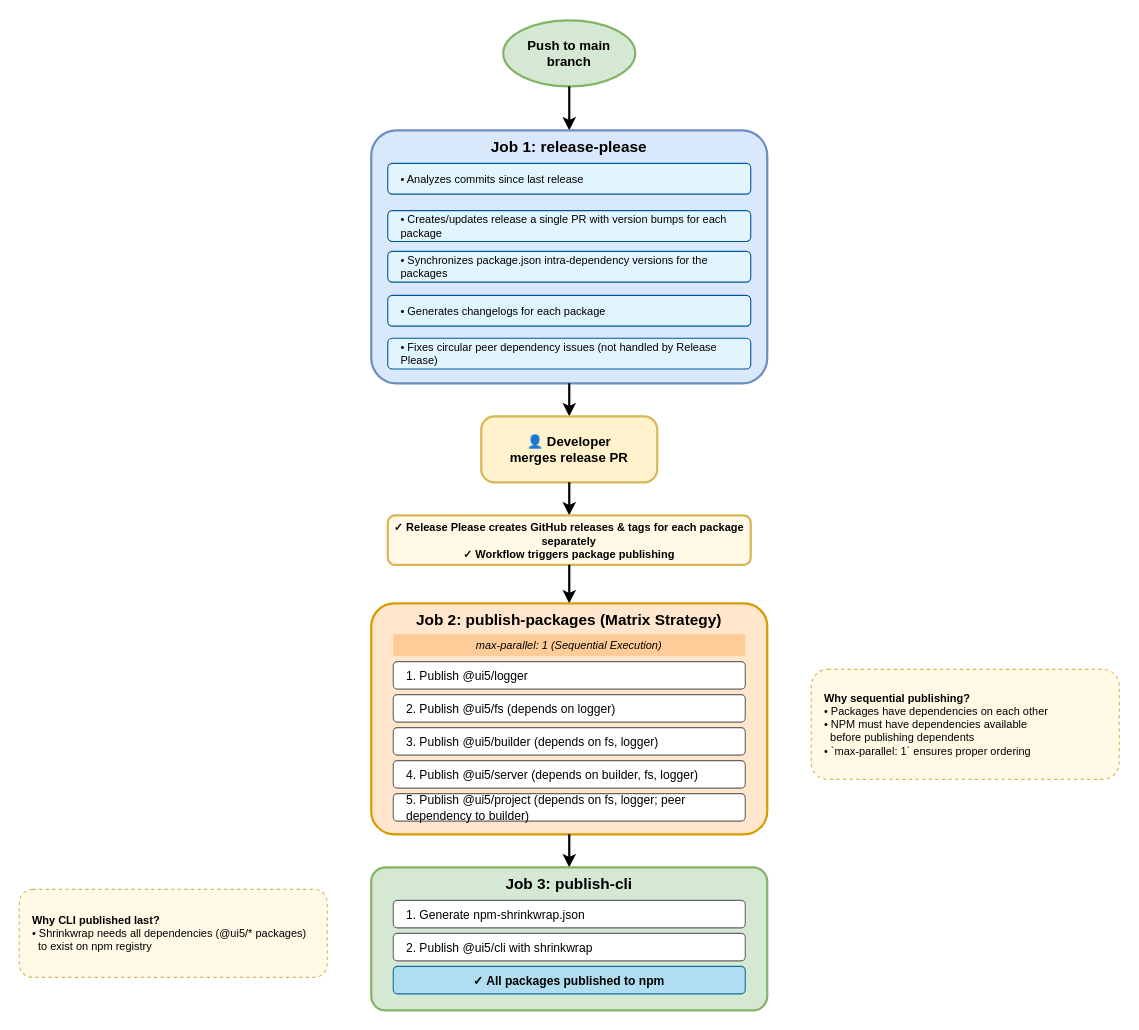
Earlier version of the draw.io diagram docs/release-workflow-diagram.drawio (UI5/cli). Source tidied: cells renumbered, new cells numbered last; positions are measured from the earlier drawing's top-left corner, leaving out a move shared by most shapes. Both pictures are drawn from the tidied source at 110%, with x=0, y=0 at pixel (19, 20).
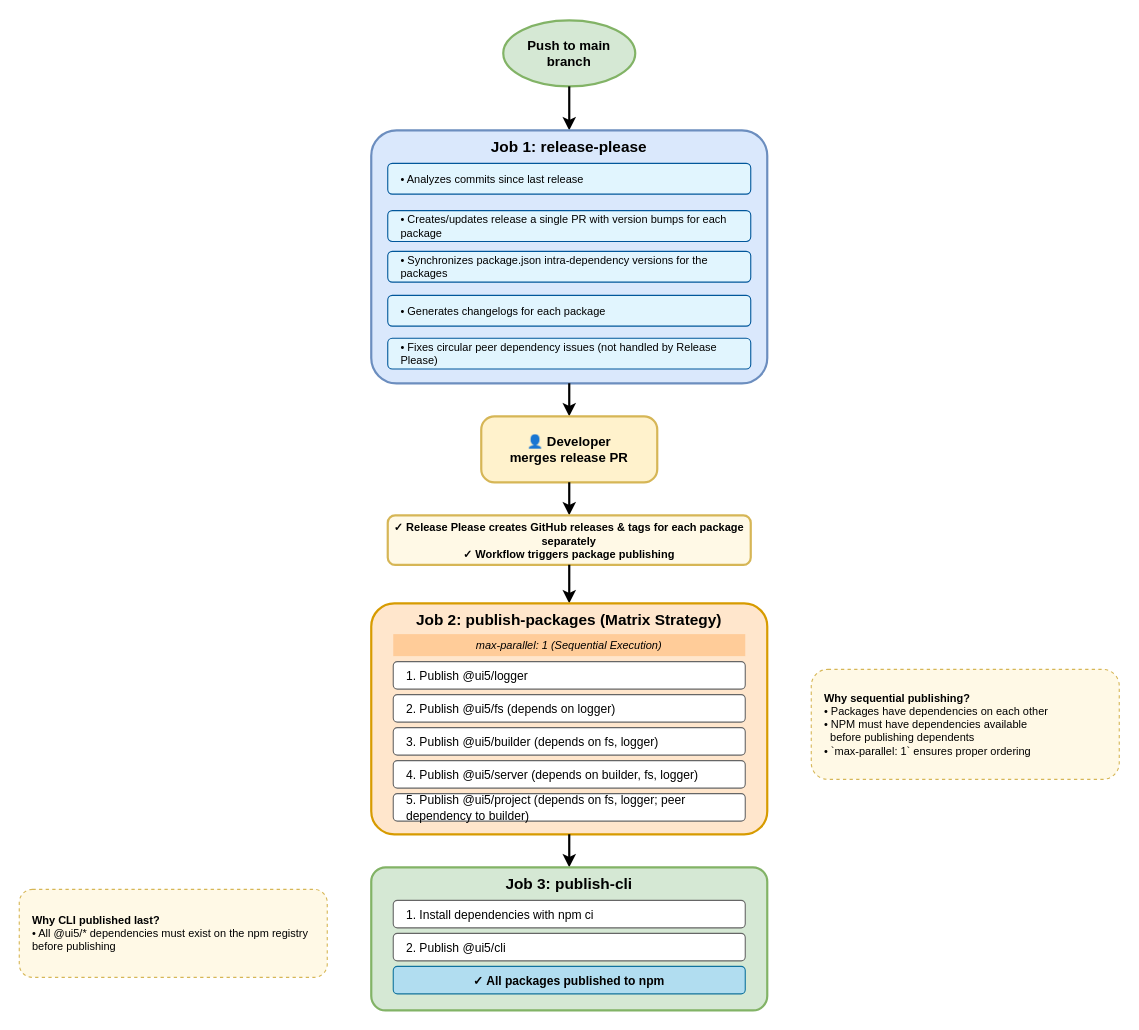
The same diagram, later.

Change to the diagram source:
```diff
@@
-    <mxCell id="23" value="1. Generate npm-shrinkwrap.json" style="rounded=1;whiteSpace=wrap;html=1;fillColor=#ffffff;strokeColor=#666666;align=left;spacingLeft=10;fontSize=11;" parent="1" vertex="1">
+    <mxCell id="23" value="1. Install dependencies with npm ci" style="rounded=1;whiteSpace=wrap;html=1;fillColor=#ffffff;strokeColor=#666666;align=left;spacingLeft=10;fontSize=11;" parent="1" vertex="1">
       <mxGeometry x="340" y="800" width="320" height="25" as="geometry" />
     </mxCell>
-    <mxCell id="24" value="2. Publish @ui5/cli with shrinkwrap" style="rounded=1;whiteSpace=wrap;html=1;fillColor=#ffffff;strokeColor=#666666;align=left;spacingLeft=10;fontSize=11;" parent="1" vertex="1">
+    <mxCell id="24" value="2. Publish @ui5/cli" style="rounded=1;whiteSpace=wrap;html=1;fillColor=#ffffff;strokeColor=#666666;align=left;spacingLeft=10;fontSize=11;" parent="1" vertex="1">
       <mxGeometry x="340" y="830" width="320" height="25" as="geometry" />
     </mxCell>
@@
-    <mxCell id="27" value="&lt;b&gt;Why CLI published last?&lt;/b&gt;&lt;br&gt;• Shrinkwrap needs all dependencies (@ui5/* packages)&lt;br&gt;&amp;nbsp;&amp;nbsp;to exist on npm registry" style="rounded=1;whiteSpace=wrap;html=1;fillColor=#fff9e6;strokeColor=#d6b656;dashed=1;dashPattern=3 3;align=left;spacingLeft=10;fontSize=10;" parent="1" vertex="1">
+    <mxCell id="27" value="&lt;b&gt;Why CLI published last?&lt;/b&gt;&lt;br&gt;• All @ui5/* dependencies must exist on the npm registry before publishing" style="rounded=1;whiteSpace=wrap;html=1;fillColor=#fff9e6;strokeColor=#d6b656;dashed=1;dashPattern=3 3;align=left;spacingLeft=10;fontSize=10;" parent="1" vertex="1">
       <mxGeometry y="790" width="280" height="80" as="geometry" />
     </mxCell>
```
